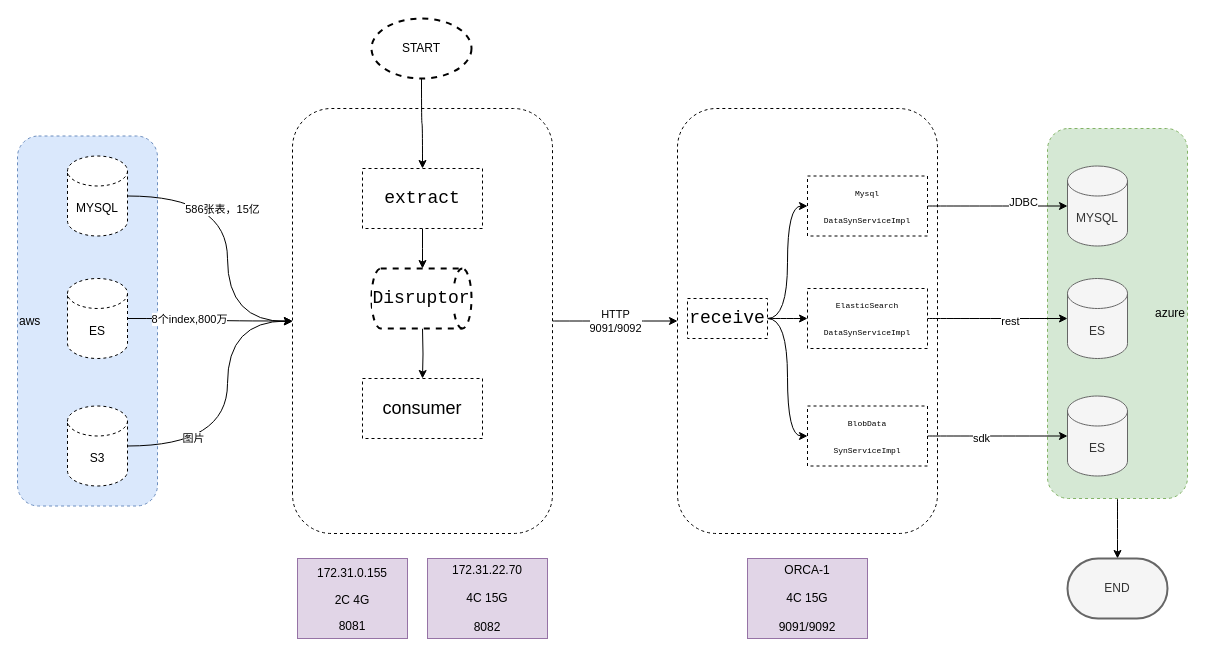
Earlier version of the draw.io diagram 离线数据同步架构.drawio (swleon/diagrams). Source tidied: cells renumbered, new cells numbered last; positions are measured from the earlier drawing's top-left corner, leaving out a move shared by most shapes. Both pictures are drawn from the tidied source at 100%, with x=0, y=0 at pixel (17, 18).
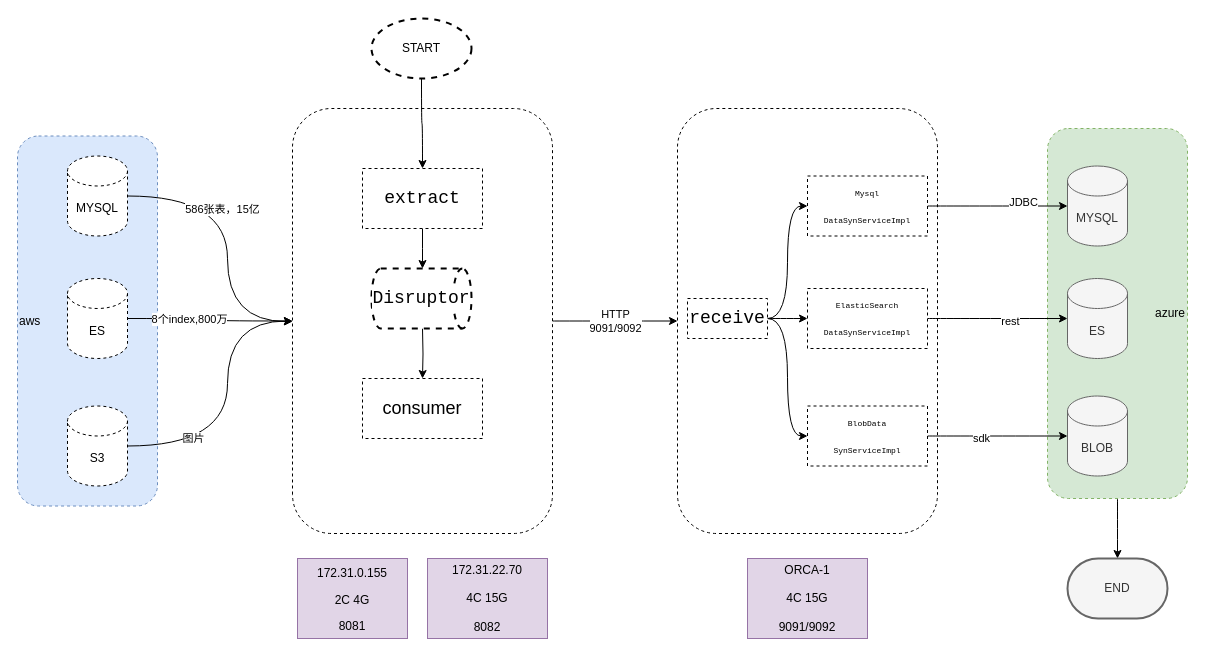
The same diagram, later.

Commit message:
Update 离线数据同步架构.drawio

Diff of the diagram source:
```diff
@@
-    <mxCell id="35" value="ES" style="shape=cylinder3;whiteSpace=wrap;html=1;boundedLbl=1;backgroundOutline=1;size=15;rounded=0;strokeColor=#666666;fillColor=#f5f5f5;fontColor=#333333;" parent="1" vertex="1">
+    <mxCell id="35" value="BLOB" style="shape=cylinder3;whiteSpace=wrap;html=1;boundedLbl=1;backgroundOutline=1;size=15;rounded=0;strokeColor=#666666;fillColor=#f5f5f5;fontColor=#333333;" parent="1" vertex="1">
       <mxGeometry x="1050" y="377.5" width="60" height="80" as="geometry" />
     </mxCell>
```
